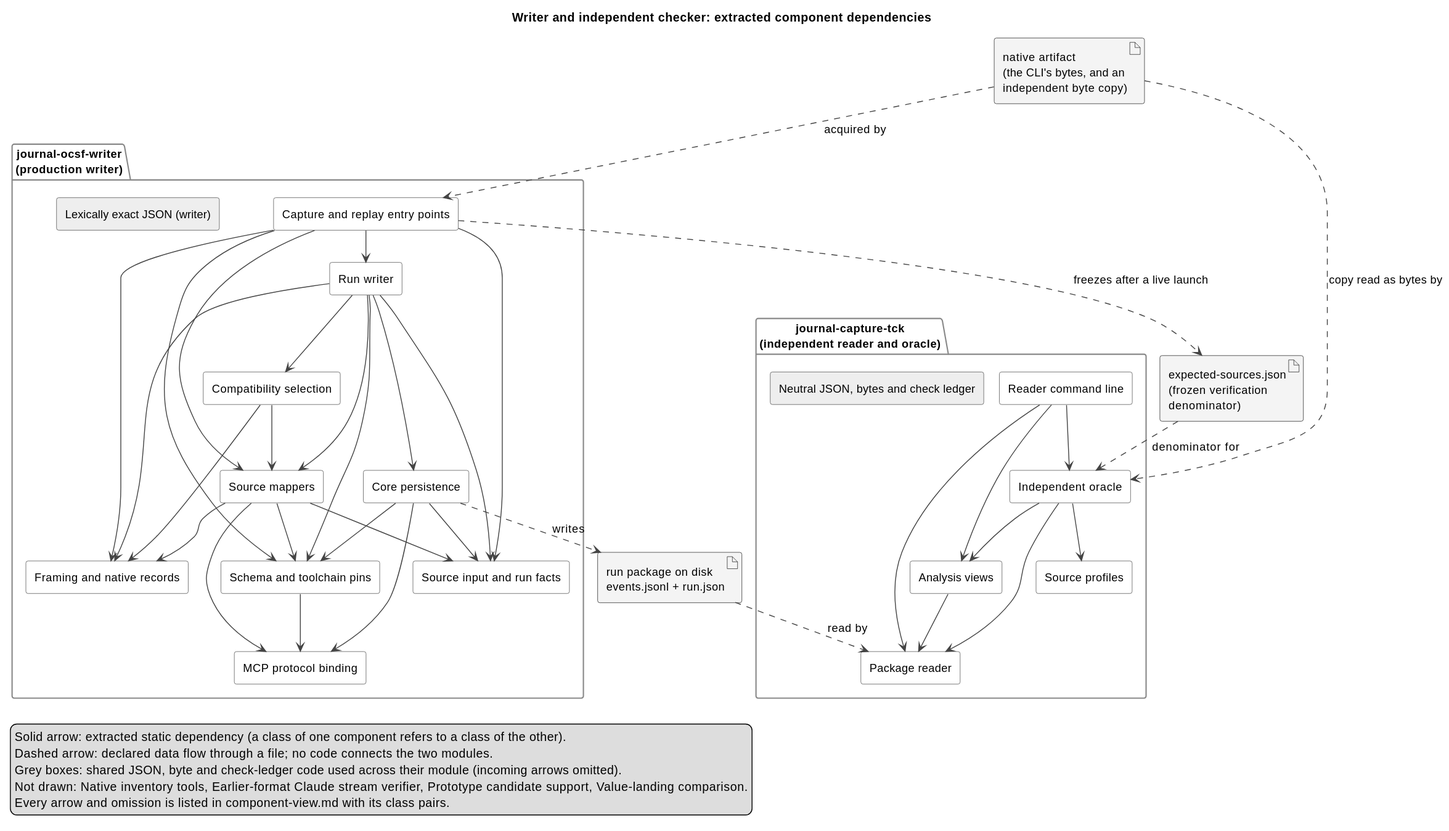
Above: docs/architecture/generated/component-view.svg in markpollack/agent-journal (PlantUML), before the change.
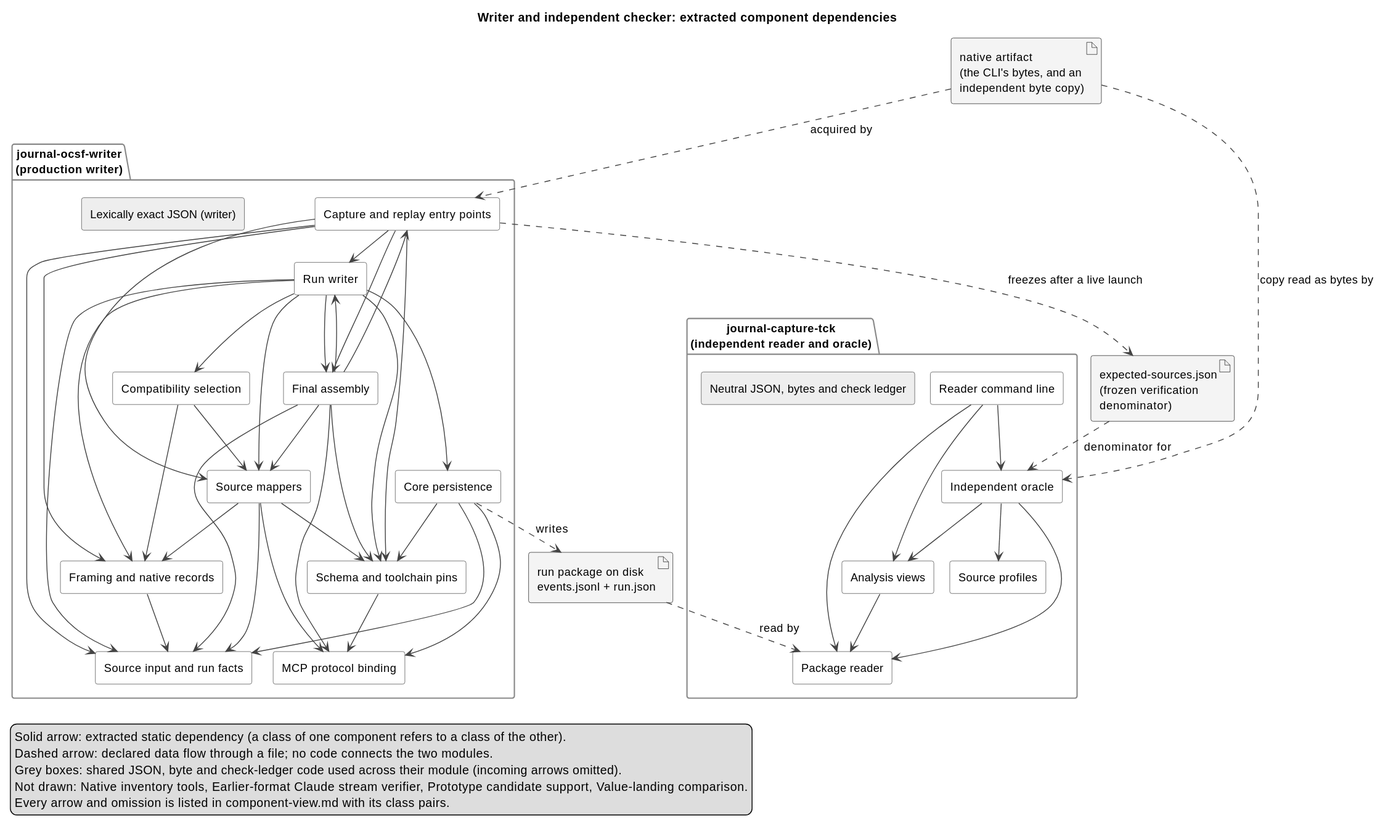
After the commit.

Change to the diagram source:
```diff
@@ -19,6 +19,7 @@
   [Framing and native records] as framing
   [Compatibility selection] as compatibility
   [Source mappers] as mapping
+  [Final assembly] as final_assembly
   [MCP protocol binding] as mcp_binding
   [Core persistence] as persistence
   [Schema and toolchain pins] as schema
@@ -39,19 +40,28 @@
 capture --> run_input
 capture --> framing
 capture --> mapping
+capture --> final_assembly
 capture --> schema
 run_writer --> run_input
 run_writer --> framing
 run_writer --> compatibility
 run_writer --> mapping
+run_writer --> final_assembly
 run_writer --> persistence
 run_writer --> schema
+framing --> run_input
 compatibility --> framing
 compatibility --> mapping
 mapping --> run_input
 mapping --> framing
 mapping --> mcp_binding
 mapping --> schema
+final_assembly --> capture
+final_assembly --> run_writer
+final_assembly --> run_input
+final_assembly --> mapping
+final_assembly --> mcp_binding
+final_assembly --> schema
 persistence --> run_input
 persistence --> mcp_binding
 persistence --> schema
```
